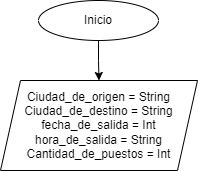
This is Venta de tiquetes.png from dasamepu/Flujo-de-funciones-para-encapsular-algoritmos, a draw.io export, as it was before one commit. Source tidied: cells renumbered, new cells last; positions are measured from the earlier drawing's top-left corner, leaving out a move shared by most shapes.
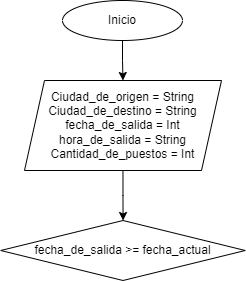
After the commit.

Change to the diagram source:
```diff
@@ -8,8 +8,14 @@
     <mxCell id="3" value="Inicio" style="ellipse;whiteSpace=wrap;html=1;" parent="1" vertex="1">
       <mxGeometry x="38" width="120" height="40" as="geometry" />
     </mxCell>
+    <mxCell id="5" style="edgeStyle=orthogonalEdgeStyle;rounded=0;jettySize=auto;html=1;" parent="1" edge="1" source="4" target="6">
+      <mxGeometry relative="1" as="geometry" />
+    </mxCell>
     <mxCell id="4" value="Ciudad_de_origen = String&lt;br&gt;Ciudad_de_destino = String&lt;br&gt;fecha_de_salida = Int&lt;br&gt;hora_de_salida = String&lt;br&gt;Cantidad_de_puestos = Int" style="shape=parallelogram;perimeter=parallelogramPerimeter;whiteSpace=wrap;html=1;fixedSize=1;" parent="1" vertex="1">
       <mxGeometry y="80" width="197" height="90" as="geometry" />
     </mxCell>
+    <mxCell id="6" value="fecha_de_salida &amp;gt;= fecha_actual" style="rhombus;whiteSpace=wrap;html=1;" parent="1" vertex="1">
+      <mxGeometry x="-23.8" y="220" width="244.5" height="60" as="geometry" />
+    </mxCell>
   </root>
 </mxGraphModel>
```
